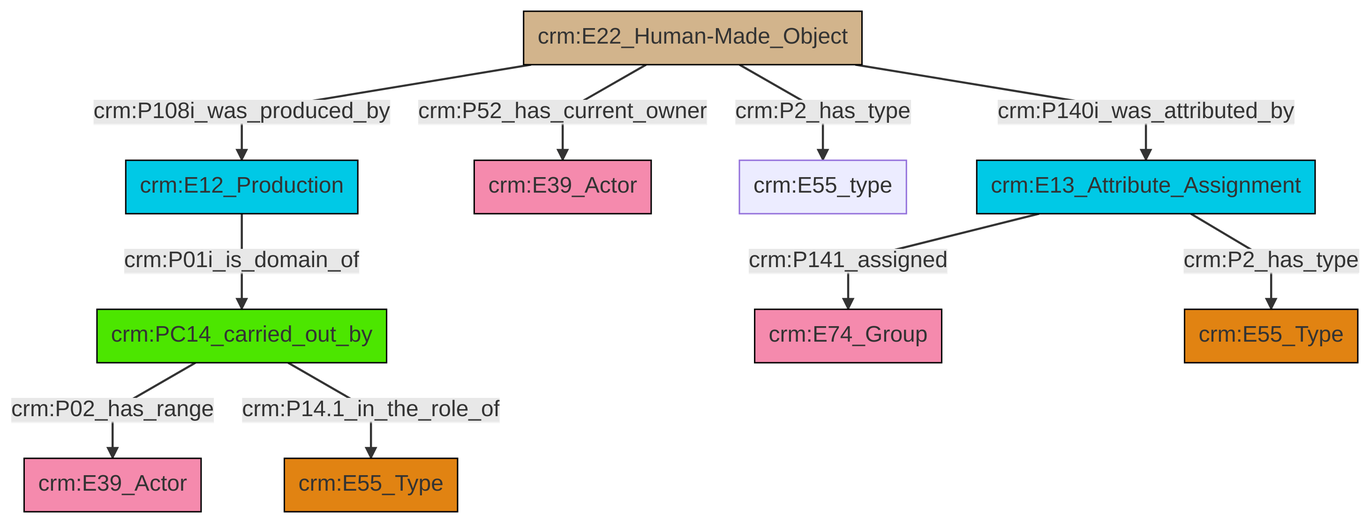
This is et/builtWorkCSV/ttl/mmd/png/Built_Work_actor_relations.png from swiss-art-research-net/reference-data-models, a Mermaid export, as it was before one commit. Its source is kept beside it as et/builtWorkCSV/ttl/mmd/Built_Work_actor_relations.ttl.mmd.
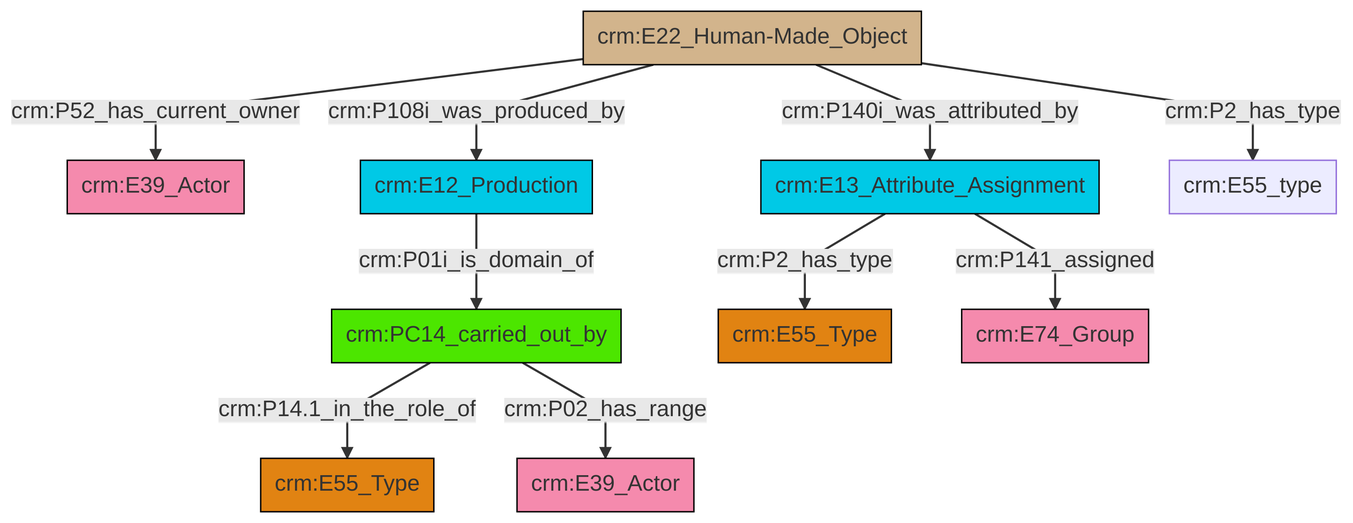
After the change.

The edit, as a diff of the source:
```diff
@@ -13,12 +13,12 @@
 classDef PC_Classes fill:#4ce600, stroke:#000000;
 classDef Multi fill:#cccccc,stroke:#000000;
 
-2["crm:E13_Attribute_Assignment"]:::Temporal_Entity -->|crm:P141_assigned| 3["crm:E74_Group"]:::Actor
-4["crm:E12_Production"]:::Temporal_Entity -->|crm:P01i_is_domain_of| 5["crm:PC14_carried_out_by"]:::PC_Classes
-5["crm:PC14_carried_out_by"]:::PC_Classes -->|crm:P02_has_range| 8["crm:E39_Actor"]:::Actor
-2["crm:E13_Attribute_Assignment"]:::Temporal_Entity -->|crm:P2_has_type| 6["crm:E55_Type"]:::Type
-9["crm:E22_Human-Made_Object"]:::Physical_Thing -->|crm:P108i_was_produced_by| 4["crm:E12_Production"]:::Temporal_Entity
-9["crm:E22_Human-Made_Object"]:::Physical_Thing -->|crm:P52_has_current_owner| 13["crm:E39_Actor"]:::Actor
-5["crm:PC14_carried_out_by"]:::PC_Classes -->|crm:P14.1_in_the_role_of| 15["crm:E55_Type"]:::Type
-9["crm:E22_Human-Made_Object"]:::Physical_Thing -->|crm:P2_has_type| 0["crm:E55_type"]:::Default
-9["crm:E22_Human-Made_Object"]:::Physical_Thing -->|crm:P140i_was_attributed_by| 2["crm:E13_Attribute_Assignment"]:::Temporal_Entity
+2["crm:E12_Production"]:::Temporal_Entity -->|crm:P01i_is_domain_of| 3["crm:PC14_carried_out_by"]:::PC_Classes
+5["crm:E22_Human-Made_Object"]:::Physical_Thing -->|crm:P52_has_current_owner| 6["crm:E39_Actor"]:::Actor
+7["crm:E13_Attribute_Assignment"]:::Temporal_Entity -->|crm:P2_has_type| 0["crm:E55_Type"]:::Type
+5["crm:E22_Human-Made_Object"]:::Physical_Thing -->|crm:P108i_was_produced_by| 2["crm:E12_Production"]:::Temporal_Entity
+7["crm:E13_Attribute_Assignment"]:::Temporal_Entity -->|crm:P141_assigned| 10["crm:E74_Group"]:::Actor
+5["crm:E22_Human-Made_Object"]:::Physical_Thing -->|crm:P140i_was_attributed_by| 7["crm:E13_Attribute_Assignment"]:::Temporal_Entity
+3["crm:PC14_carried_out_by"]:::PC_Classes -->|crm:P14.1_in_the_role_of| 13["crm:E55_Type"]:::Type
+5["crm:E22_Human-Made_Object"]:::Physical_Thing -->|crm:P2_has_type| 14["crm:E55_type"]:::Default
+3["crm:PC14_carried_out_by"]:::PC_Classes -->|crm:P02_has_range| 15["crm:E39_Actor"]:::Actor
```
